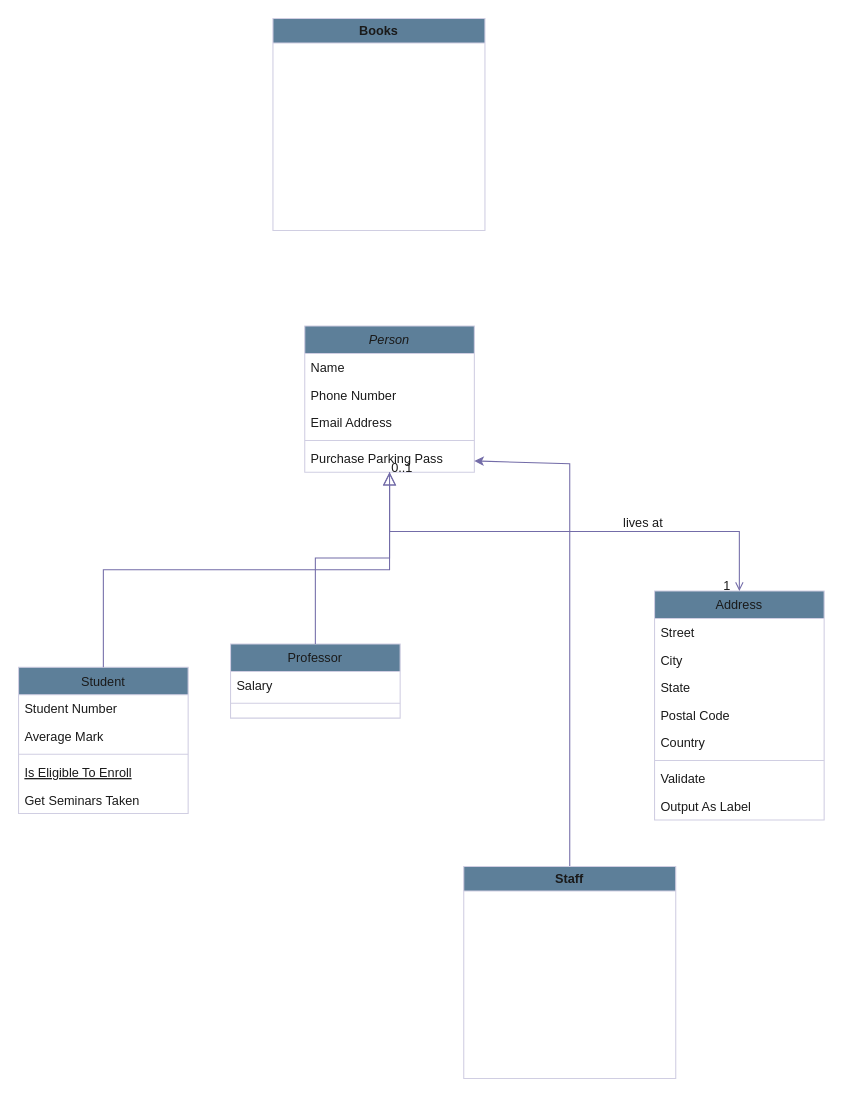
Earlier version of the draw.io diagram Untitled Diagram.drawio (vvmrohit/project). Source tidied: cells renumbered, new cells numbered last; positions are measured from the earlier drawing's top-left corner, leaving out a move shared by most shapes. Both pictures are drawn from the tidied source at 106%, with x=0, y=0 at pixel (18, 18).
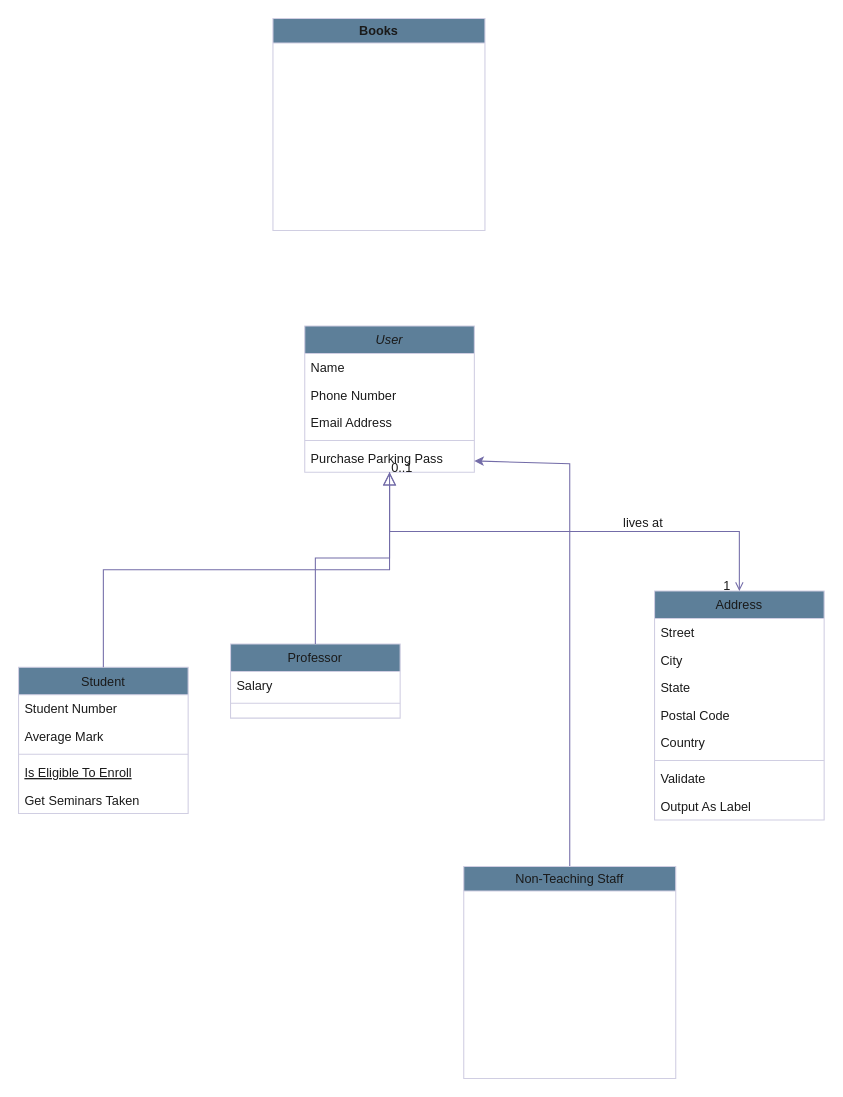
The same page after the edit.

What changed in the source:
```diff
@@
-    <mxCell id="2" value="Person" style="swimlane;fontStyle=2;align=center;verticalAlign=top;horizontal=1;startSize=26;rounded=0;shadow=0;strokeWidth=1;labelBackgroundColor=none;fillColor=#5D7F99;strokeColor=#D0CEE2;fontColor=#1A1A1A;" parent="1" vertex="1">
+    <mxCell id="2" value="User" style="swimlane;fontStyle=2;align=center;verticalAlign=top;horizontal=1;startSize=26;rounded=0;shadow=0;strokeWidth=1;labelBackgroundColor=none;fillColor=#5D7F99;strokeColor=#D0CEE2;fontColor=#1A1A1A;" parent="1" vertex="1">
       <mxGeometry x="270" y="290" width="160" height="138" as="geometry" />
     </mxCell>
@@
-    <mxCell id="33" value="Staff" style="swimlane;whiteSpace=wrap;html=1;strokeColor=#D0CEE2;fontColor=#1A1A1A;fillColor=#5D7F99;" parent="1" vertex="1">
+    <mxCell id="33" value="&lt;span style=&quot;font-weight: normal;&quot;&gt;Non-Teaching Staff&lt;/span&gt;" style="swimlane;whiteSpace=wrap;html=1;strokeColor=#D0CEE2;fontColor=#1A1A1A;fillColor=#5D7F99;" parent="1" vertex="1">
       <mxGeometry x="420" y="800" width="200" height="200" as="geometry" />
     </mxCell>
```
